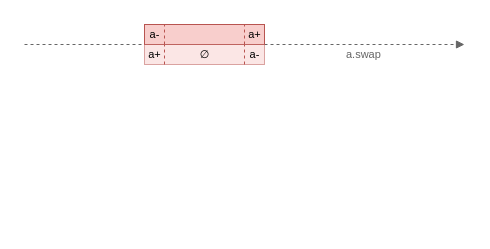
The draw.io diagram page "Operations" (6 of 6) of res/resources.drawio in gchudnov/mindthegap, before the edit. Source tidied: cells renumbered, new cells numbered last; positions are measured from the earlier drawing's top-left corner, leaving out a move shared by most shapes. Both pictures are drawn from the tidied source at 100%, with x=0, y=0 at pixel (24, 24).
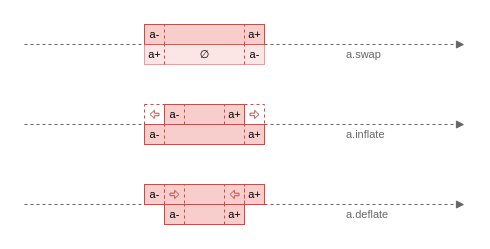
After the change.

Diff of the diagram source:
```diff
@@
+    <mxCell id="16" style="endArrow=block;html=1;fontSize=12;strokeWidth=1;fillColor=#f5f5f5;strokeColor=#666666;endFill=1;dashed=1;" parent="1" edge="1">
+      <mxGeometry relative="1" as="geometry">
+        <mxPoint y="100" as="sourcePoint" />
+        <mxPoint x="440" y="100" as="targetPoint" />
+      </mxGeometry>
+    </mxCell>
+    <mxCell id="17" value="a.inflate" style="text;html=1;strokeColor=none;fillColor=none;align=left;verticalAlign=middle;whiteSpace=wrap;rounded=0;fontSize=11;fontColor=#666666;" parent="1" vertex="1">
+      <mxGeometry x="320" y="100" width="80" height="20" as="geometry" />
+    </mxCell>
+    <mxCell id="18" style="rounded=0;whiteSpace=wrap;html=1;fontSize=12;strokeWidth=1;fillColor=none;strokeColor=#b85450;dashed=1;" parent="1" vertex="1">
+      <mxGeometry x="120" y="80" width="20" height="20" as="geometry" />
+    </mxCell>
+    <mxCell id="19" style="shape=flexArrow;endArrow=classic;html=1;width=2.5;endSize=1.1115384615384616;endWidth=4.711538461538462;fillColor=none;strokeColor=#b85450;" parent="1" edge="1">
+      <mxGeometry relative="1" as="geometry">
+        <mxPoint x="135" y="90" as="sourcePoint" />
+        <mxPoint x="125" y="89.9" as="targetPoint" />
+      </mxGeometry>
+    </mxCell>
+    <mxCell id="20" style="rounded=0;whiteSpace=wrap;html=1;fontSize=12;strokeWidth=1;fillColor=none;strokeColor=#b85450;dashed=1;" parent="1" vertex="1">
+      <mxGeometry x="220" y="80" width="20" height="20" as="geometry" />
+    </mxCell>
+    <mxCell id="21" style="shape=flexArrow;endArrow=classic;html=1;width=2.5;endSize=1.1115384615384616;endWidth=4.711538461538462;fillColor=none;strokeColor=#b85450;" parent="1" edge="1">
+      <mxGeometry relative="1" as="geometry">
+        <mxPoint x="225" y="89.9" as="sourcePoint" />
+        <mxPoint x="235" y="90" as="targetPoint" />
+      </mxGeometry>
+    </mxCell>
+    <mxCell id="22" style="group;" parent="1" vertex="1">
+      <mxGeometry x="120" y="100" width="120" height="20" as="geometry" />
+    </mxCell>
+    <mxCell id="23" style="rounded=0;whiteSpace=wrap;html=1;fontSize=12;strokeWidth=1;fillColor=#f8cecc;strokeColor=#b85450;" parent="22" vertex="1">
+      <mxGeometry width="120" height="20" as="geometry" />
+    </mxCell>
+    <mxCell id="24" value="&lt;p style=&quot;line-height: 1.2&quot;&gt;a-&lt;/p&gt;" style="text;html=1;strokeColor=none;fillColor=none;align=center;verticalAlign=middle;rounded=0;fontSize=11;labelPosition=center;verticalLabelPosition=middle;horizontal=1;" parent="22" vertex="1">
+      <mxGeometry width="20" height="20" as="geometry" />
+    </mxCell>
+    <mxCell id="25" value="a+" style="text;html=1;strokeColor=none;fillColor=none;align=center;verticalAlign=middle;rounded=0;fontSize=11;spacing=2;" parent="22" vertex="1">
+      <mxGeometry x="100" width="20" height="20" as="geometry" />
+    </mxCell>
+    <mxCell id="26" style="endArrow=none;dashed=1;html=1;strokeWidth=1;fontSize=11;fillColor=#f8cecc;strokeColor=#b85450;" parent="22" edge="1">
+      <mxGeometry relative="1" as="geometry">
+        <mxPoint x="100" y="20" as="sourcePoint" />
+        <mxPoint x="100" as="targetPoint" />
+      </mxGeometry>
+    </mxCell>
+    <mxCell id="27" style="endArrow=none;dashed=1;html=1;strokeWidth=1;fontSize=11;fillColor=#f8cecc;strokeColor=#b85450;" parent="22" edge="1">
+      <mxGeometry relative="1" as="geometry">
+        <mxPoint x="20" y="20" as="sourcePoint" />
+        <mxPoint x="20" as="targetPoint" />
+      </mxGeometry>
+    </mxCell>
+    <mxCell id="28" style="endArrow=block;html=1;fontSize=12;strokeWidth=1;fillColor=#f5f5f5;strokeColor=#666666;endFill=1;dashed=1;" parent="1" edge="1">
+      <mxGeometry relative="1" as="geometry">
+        <mxPoint y="180" as="sourcePoint" />
+        <mxPoint x="440" y="180" as="targetPoint" />
+      </mxGeometry>
+    </mxCell>
+    <mxCell id="29" value="a.deflate" style="text;html=1;strokeColor=none;fillColor=none;align=left;verticalAlign=middle;whiteSpace=wrap;rounded=0;fontSize=11;fontColor=#666666;" parent="1" vertex="1">
+      <mxGeometry x="320" y="180" width="80" height="20" as="geometry" />
+    </mxCell>
+    <mxCell id="30" style="group;" parent="1" vertex="1">
+      <mxGeometry x="120" y="160" width="120" height="20" as="geometry" />
+    </mxCell>
+    <mxCell id="31" style="rounded=0;whiteSpace=wrap;html=1;fontSize=12;strokeWidth=1;fillColor=#f8cecc;strokeColor=#b85450;" parent="30" vertex="1">
+      <mxGeometry width="120" height="20" as="geometry" />
+    </mxCell>
+    <mxCell id="32" value="&lt;p style=&quot;line-height: 1.2&quot;&gt;a-&lt;/p&gt;" style="text;html=1;strokeColor=none;fillColor=none;align=center;verticalAlign=middle;rounded=0;fontSize=11;labelPosition=center;verticalLabelPosition=middle;horizontal=1;" parent="30" vertex="1">
+      <mxGeometry width="20" height="20" as="geometry" />
+    </mxCell>
+    <mxCell id="33" value="a+" style="text;html=1;strokeColor=none;fillColor=none;align=center;verticalAlign=middle;rounded=0;fontSize=11;spacing=2;" parent="30" vertex="1">
+      <mxGeometry x="100" width="20" height="20" as="geometry" />
+    </mxCell>
+    <mxCell id="34" style="endArrow=none;dashed=1;html=1;strokeWidth=1;fontSize=11;fillColor=#f8cecc;strokeColor=#b85450;" parent="30" edge="1">
+      <mxGeometry relative="1" as="geometry">
+        <mxPoint x="100" y="20" as="sourcePoint" />
+        <mxPoint x="100" as="targetPoint" />
+      </mxGeometry>
+    </mxCell>
+    <mxCell id="35" style="endArrow=none;dashed=1;html=1;strokeWidth=1;fontSize=11;fillColor=#f8cecc;strokeColor=#b85450;" parent="30" edge="1">
+      <mxGeometry relative="1" as="geometry">
+        <mxPoint x="20" y="20" as="sourcePoint" />
+        <mxPoint x="20" as="targetPoint" />
+      </mxGeometry>
+    </mxCell>
+    <mxCell id="36" style="rounded=0;whiteSpace=wrap;html=1;fontSize=12;strokeWidth=1;fillColor=none;strokeColor=#b85450;dashed=1;" parent="30" vertex="1">
+      <mxGeometry x="80" width="20" height="20" as="geometry" />
+    </mxCell>
+    <mxCell id="37" style="shape=flexArrow;endArrow=classic;html=1;width=2.5;endSize=1.1115384615384616;endWidth=4.711538461538462;fillColor=none;strokeColor=#b85450;" parent="30" edge="1">
+      <mxGeometry relative="1" as="geometry">
+        <mxPoint x="95" y="10" as="sourcePoint" />
+        <mxPoint x="85" y="9.9" as="targetPoint" />
+      </mxGeometry>
+    </mxCell>
+    <mxCell id="38" style="rounded=0;whiteSpace=wrap;html=1;fontSize=12;strokeWidth=1;fillColor=none;strokeColor=#b85450;dashed=1;" parent="30" vertex="1">
+      <mxGeometry x="20" width="20" height="20" as="geometry" />
+    </mxCell>
+    <mxCell id="39" style="shape=flexArrow;endArrow=classic;html=1;width=2.5;endSize=1.1115384615384616;endWidth=4.711538461538462;fillColor=none;strokeColor=#b85450;" parent="30" edge="1">
+      <mxGeometry relative="1" as="geometry">
+        <mxPoint x="25" y="9.9" as="sourcePoint" />
+        <mxPoint x="35" y="10" as="targetPoint" />
+      </mxGeometry>
+    </mxCell>
+    <mxCell id="40" style="group;" parent="1" vertex="1">
+      <mxGeometry x="140" y="80" width="80" height="20" as="geometry" />
+    </mxCell>
+    <mxCell id="41" style="rounded=0;whiteSpace=wrap;html=1;fontSize=12;strokeWidth=1;fillColor=#f8cecc;strokeColor=#b85450;" parent="40" vertex="1">
+      <mxGeometry width="80" height="20" as="geometry" />
+    </mxCell>
+    <mxCell id="42" value="&lt;p style=&quot;line-height: 1.2&quot;&gt;a-&lt;/p&gt;" style="text;html=1;strokeColor=none;fillColor=none;align=center;verticalAlign=middle;rounded=0;fontSize=11;labelPosition=center;verticalLabelPosition=middle;horizontal=1;" parent="40" vertex="1">
+      <mxGeometry width="20" height="20" as="geometry" />
+    </mxCell>
+    <mxCell id="43" value="a+" style="text;html=1;strokeColor=none;fillColor=none;align=center;verticalAlign=middle;rounded=0;fontSize=11;spacing=2;" parent="40" vertex="1">
+      <mxGeometry x="60" width="20" height="20" as="geometry" />
+    </mxCell>
+    <mxCell id="44" style="endArrow=none;dashed=1;html=1;strokeWidth=1;fontSize=11;fillColor=#f8cecc;strokeColor=#b85450;" parent="40" edge="1">
+      <mxGeometry relative="1" as="geometry">
+        <mxPoint x="60" y="20" as="sourcePoint" />
+        <mxPoint x="60" as="targetPoint" />
+      </mxGeometry>
+    </mxCell>
+    <mxCell id="45" style="endArrow=none;dashed=1;html=1;strokeWidth=1;fontSize=11;fillColor=#f8cecc;strokeColor=#b85450;" parent="40" edge="1">
+      <mxGeometry relative="1" as="geometry">
+        <mxPoint x="20" y="20" as="sourcePoint" />
+        <mxPoint x="20" as="targetPoint" />
+      </mxGeometry>
+    </mxCell>
+    <mxCell id="46" style="group;" parent="1" vertex="1">
+      <mxGeometry x="140" y="180" width="80" height="20" as="geometry" />
+    </mxCell>
+    <mxCell id="47" style="rounded=0;whiteSpace=wrap;html=1;fontSize=12;strokeWidth=1;fillColor=#f8cecc;strokeColor=#b85450;" parent="46" vertex="1">
+      <mxGeometry width="80" height="20" as="geometry" />
+    </mxCell>
+    <mxCell id="48" value="&lt;p style=&quot;line-height: 1.2&quot;&gt;a-&lt;/p&gt;" style="text;html=1;strokeColor=none;fillColor=none;align=center;verticalAlign=middle;rounded=0;fontSize=11;labelPosition=center;verticalLabelPosition=middle;horizontal=1;" parent="46" vertex="1">
+      <mxGeometry width="20" height="20" as="geometry" />
+    </mxCell>
+    <mxCell id="49" value="a+" style="text;html=1;strokeColor=none;fillColor=none;align=center;verticalAlign=middle;rounded=0;fontSize=11;spacing=2;" parent="46" vertex="1">
+      <mxGeometry x="60" width="20" height="20" as="geometry" />
+    </mxCell>
+    <mxCell id="50" style="endArrow=none;dashed=1;html=1;strokeWidth=1;fontSize=11;fillColor=#f8cecc;strokeColor=#b85450;" parent="46" edge="1">
+      <mxGeometry relative="1" as="geometry">
+        <mxPoint x="60" y="20" as="sourcePoint" />
+        <mxPoint x="60" as="targetPoint" />
+      </mxGeometry>
+    </mxCell>
+    <mxCell id="51" style="endArrow=none;dashed=1;html=1;strokeWidth=1;fontSize=11;fillColor=#f8cecc;strokeColor=#b85450;" parent="46" edge="1">
+      <mxGeometry relative="1" as="geometry">
+        <mxPoint x="20" y="20" as="sourcePoint" />
+        <mxPoint x="20" as="targetPoint" />
+      </mxGeometry>
+    </mxCell>
```
